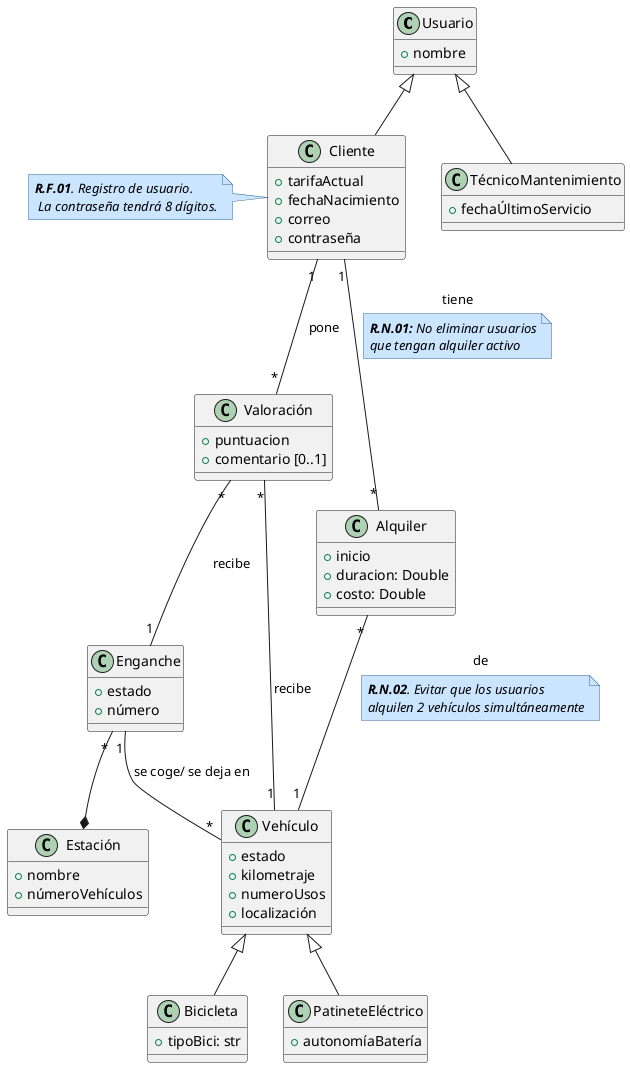
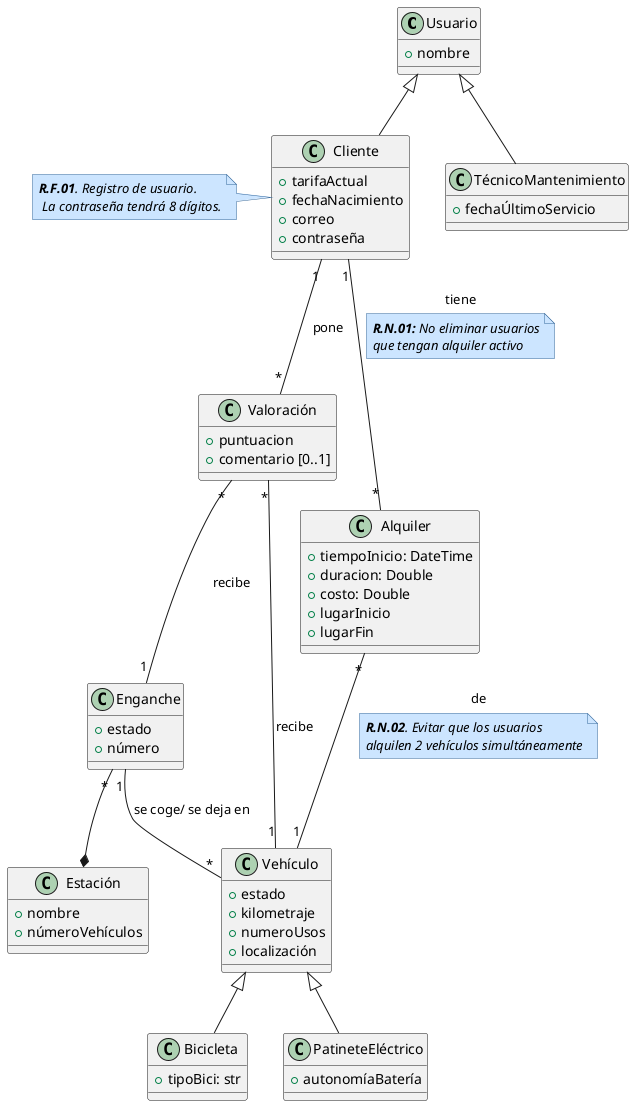
@startuml DiagramaClases

skinparam note {
  BackgroundColor #cce5ff
  BorderColor #336699
  FontStyle italic
}

class Usuario {
    +nombre
}

class Cliente {
    +tarifaActual
    +fechaNacimiento
    +correo
    +contraseña
}
note left:**R.F.01**. Registro de usuario. \n La contraseña tendrá 8 dígitos.

class TécnicoMantenimiento {
    +fechaÚltimoServicio
}

class Valoración {
    +puntuacion
    +comentario [0..1]
}

class Alquiler {
-     +inicio
+     +tiempoInicio: DateTime
    +duracion: Double
    +costo: Double
+     +lugarInicio
+     +lugarFin
}

class Vehículo {
    +estado
    +kilometraje
    +numeroUsos
    +localización
}

'Una estación se refiere a un enganche específico,'
'para decir a qué grupo de bicis pertenece se utiliza el atributo zona'
'Se ha puesto así para poder poner en qué enganche (estación) se encuentra'
'una bici específica, si no no se podría identificar la bici averiada por ejemplo.'

class Estación {
    +nombre
    +númeroVehículos
}

class Enganche {
    +estado
    +número
}

class Bicicleta {
    +tipoBici: str
}

class PatineteEléctrico {
    +autonomíaBatería
}

Usuario <|-- Cliente
Usuario <|-- TécnicoMantenimiento

Enganche "*"--* Estación

'Relación directa valoraciones'
Cliente "1"--"*" Valoración : pone
Valoración "*"--"1" Vehículo : recibe
Valoración "*"--"1" Enganche : recibe

Enganche"1" -- "*"Vehículo : se coge/ se deja en


'Relacion de Alquileres'
Cliente "1"--"*"  Alquiler: tiene
'Requisitos seguidos de relacion a linkear'
note on link
  **R.N.01:** No eliminar usuarios
  que tengan alquiler activo
end note

Alquiler "*"--"1" Vehículo: de
note on link
    **R.N.02**. Evitar que los usuarios
    alquilen 2 vehículos simultáneamente
end note

Vehículo <|-- Bicicleta
Vehículo <|-- PatineteEléctrico


@enduml